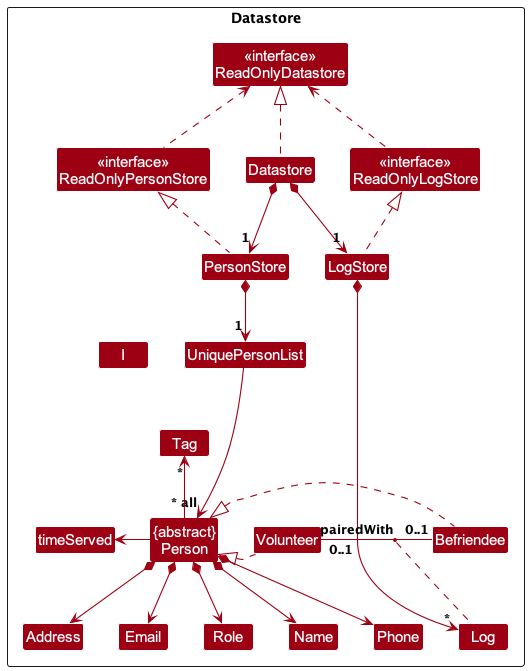
Before: docs/images/DatastoreClassDiagram.png, a diagram exported from PlantUML (soons1/tp).
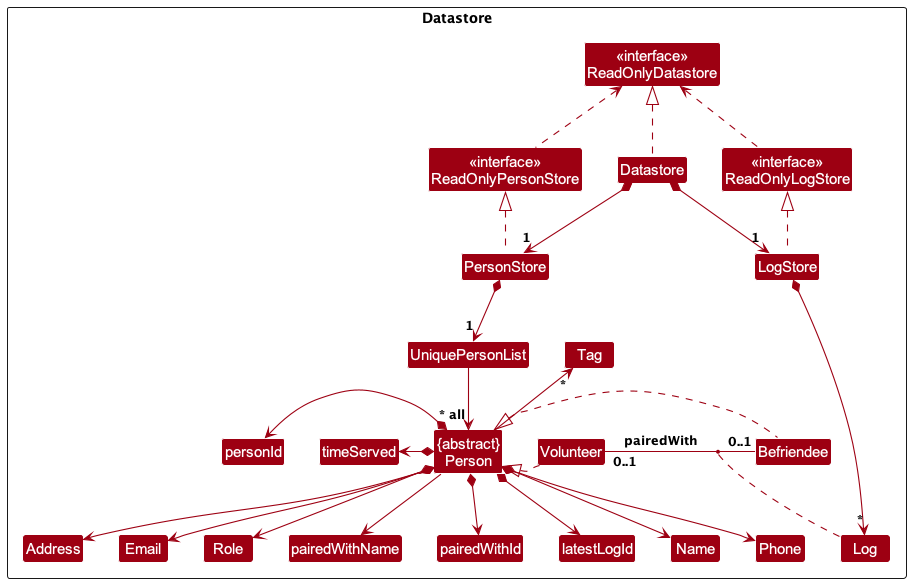
After the commit.

Commit message:
Update class diagrams in DG and edit UC02

What changed in the source:
```diff
@@ -45,9 +45,13 @@
 Person *--> Phone
 Person *--> Email
 Person *--> Address
+Person --> pairedWithName
+Person *--> pairedWithId
+Person *--> latestLogId
 Person -up-> "*" Tag
 Person *--> Role
-Person -left-> timeServed
+Person *-left-> timeServed
+Person *-left-> personId
 
 Volunteer .up.|> Person
 Befriendee .up.|> Person
@@ -61,9 +65,6 @@
 ReadOnlyPersonStore -[hidden]right--> Datastore
 ReadOnlyLogStore -[hidden]right--> ReadOnlyPersonStore
 
-Person -[hidden]up--> I
-UniquePersonList -[hidden]right-> I
-
 Name -[hidden]right-> Phone
 Phone -[hidden]right-> Address
 Address -[hidden]right-> Email
```
